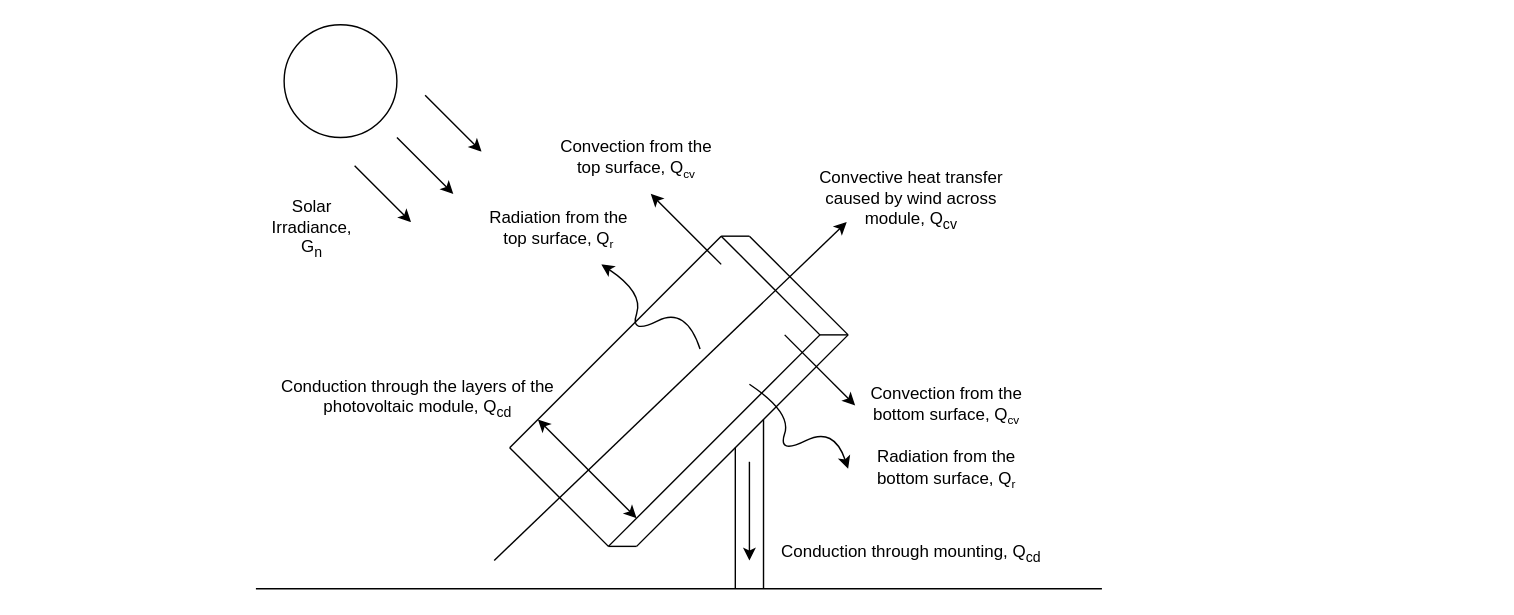
nathansivalingam/mechanical-engineering-thesis-a keeps this draw.io diagram as Thesis A/Diagrams.net Files/fundamental_concept_of_heat_transfer.drawio. Above is the earlier version. Source tidied: cells renumbered, new cells numbered last; positions are measured from the earlier drawing's top-left corner, leaving out a move shared by most shapes. Both pictures are drawn from the tidied source at 141%, with x=0, y=0 at pixel (255, 24).
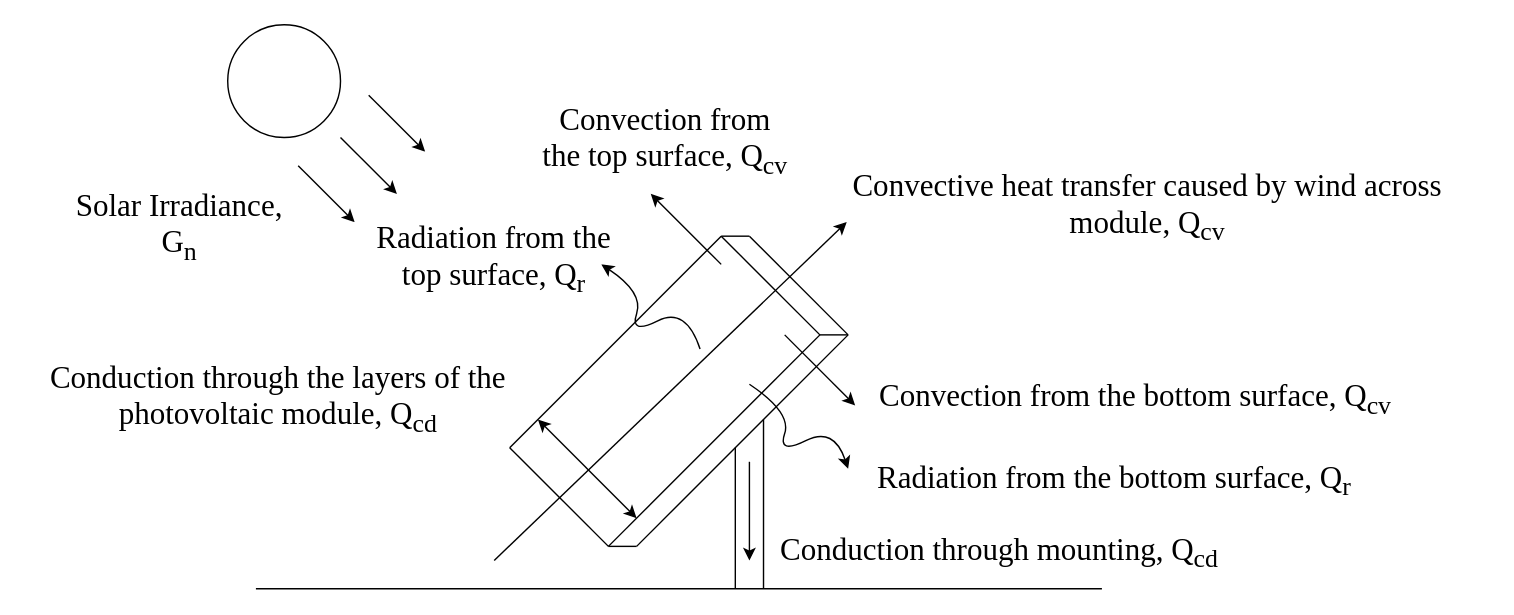
The same page after the edit.

The edit, as a diff of the source:
```diff
@@
     <mxCell id="3" style="ellipse;whiteSpace=wrap;html=1;" parent="1" vertex="1">
-      <mxGeometry x="20" width="80" height="80" as="geometry" />
+      <mxGeometry x="-20" width="80" height="80" as="geometry" />
     </mxCell>
-    <mxCell id="4" value="Solar Irradiance, G&lt;sub&gt;n&lt;/sub&gt;" style="text;html=1;align=center;verticalAlign=middle;whiteSpace=wrap;rounded=0;" parent="1" vertex="1">
-      <mxGeometry x="10" y="130" width="60" height="30" as="geometry" />
+    <mxCell id="4" value="&lt;font face=&quot;Times New Roman&quot; style=&quot;font-size: 22px;&quot;&gt;Solar Irradiance, G&lt;sub style=&quot;&quot;&gt;n&lt;/sub&gt;&lt;/font&gt;" style="text;html=1;align=center;verticalAlign=middle;whiteSpace=wrap;rounded=0;" parent="1" vertex="1">
+      <mxGeometry x="-138" y="129" width="168" height="30" as="geometry" />
     </mxCell>
@@
     <mxCell id="7" style="endArrow=classic;html=1;rounded=0;" parent="1" edge="1">
       <mxGeometry relative="1" as="geometry">
-        <mxPoint x="100" y="80" as="sourcePoint" />
-        <mxPoint x="140" y="120" as="targetPoint" />
+        <mxPoint x="60" y="80" as="sourcePoint" />
+        <mxPoint x="100" y="120" as="targetPoint" />
       </mxGeometry>
     </mxCell>
     <mxCell id="8" style="endArrow=classic;html=1;rounded=0;" parent="1" edge="1">
       <mxGeometry relative="1" as="geometry">
-        <mxPoint x="120" y="50" as="sourcePoint" />
-        <mxPoint x="160" y="90" as="targetPoint" />
+        <mxPoint x="80" y="50" as="sourcePoint" />
+        <mxPoint x="120" y="90" as="targetPoint" />
       </mxGeometry>
     </mxCell>
     <mxCell id="9" style="endArrow=classic;html=1;rounded=0;" parent="1" edge="1">
       <mxGeometry relative="1" as="geometry">
-        <mxPoint x="70" y="100" as="sourcePoint" />
-        <mxPoint x="110" y="140" as="targetPoint" />
+        <mxPoint x="30" y="100" as="sourcePoint" />
+        <mxPoint x="70" y="140" as="targetPoint" />
       </mxGeometry>
     </mxCell>
@@
-    <mxCell id="22" value="&lt;font style=&quot;color: rgb(0, 0, 0);&quot;&gt;Conduction through mounting, Q&lt;sub style=&quot;&quot;&gt;cd&lt;/sub&gt;&lt;/font&gt;" style="text;html=1;align=center;verticalAlign=middle;whiteSpace=wrap;rounded=0;" parent="1" vertex="1">
-      <mxGeometry x="360" y="360" width="210" height="30" as="geometry" />
+    <mxCell id="22" value="&lt;font face=&quot;Times New Roman&quot; style=&quot;color: rgb(0, 0, 0); font-size: 22px;&quot;&gt;Conduction through mounting, Q&lt;sub style=&quot;&quot;&gt;cd&lt;/sub&gt;&lt;/font&gt;" style="text;html=1;align=center;verticalAlign=middle;whiteSpace=wrap;rounded=0;" parent="1" vertex="1">
+      <mxGeometry x="353" y="360" width="349" height="30" as="geometry" />
     </mxCell>
-    <mxCell id="23" value="&lt;font style=&quot;color: rgb(0, 0, 0);&quot;&gt;Conduction through the layers of the photovoltaic module, Q&lt;sub style=&quot;&quot;&gt;cd&lt;/sub&gt;&lt;/font&gt;" style="text;html=1;align=center;verticalAlign=middle;whiteSpace=wrap;rounded=0;" parent="1" vertex="1">
-      <mxGeometry x="10" y="250" width="210" height="30" as="geometry" />
+    <mxCell id="23" value="&lt;font face=&quot;Times New Roman&quot; style=&quot;color: rgb(0, 0, 0); font-size: 22px;&quot;&gt;Conduction through the layers of the photovoltaic module, Q&lt;sub style=&quot;&quot;&gt;cd&lt;/sub&gt;&lt;/font&gt;" style="text;html=1;align=center;verticalAlign=middle;whiteSpace=wrap;rounded=0;" parent="1" vertex="1">
+      <mxGeometry x="-164" y="251" width="360" height="30" as="geometry" />
     </mxCell>
@@
-    <mxCell id="25" value="Convection from the bottom surface, Q&lt;span style=&quot;font-size: 10px;&quot;&gt;&lt;sub&gt;cv&lt;/sub&gt;&lt;/span&gt;" style="text;html=1;align=center;verticalAlign=middle;whiteSpace=wrap;rounded=0;" parent="1" vertex="1">
-      <mxGeometry x="425" y="255" width="130" height="30" as="geometry" />
+    <mxCell id="25" value="&lt;font face=&quot;Times New Roman&quot; style=&quot;font-size: 22px;&quot;&gt;Convection from the bottom surface, Q&lt;sub style=&quot;&quot;&gt;cv&lt;/sub&gt;&lt;/font&gt;" style="text;html=1;align=center;verticalAlign=middle;whiteSpace=wrap;rounded=0;" parent="1" vertex="1">
+      <mxGeometry x="434" y="251" width="380" height="30" as="geometry" />
     </mxCell>
-    <mxCell id="26" value="Convection from the top surface, Q&lt;span style=&quot;font-size: 10px;&quot;&gt;&lt;sub&gt;cv&lt;/sub&gt;&lt;/span&gt;" style="text;html=1;align=center;verticalAlign=middle;whiteSpace=wrap;rounded=0;" parent="1" vertex="1">
-      <mxGeometry x="210" y="80" width="120" height="30" as="geometry" />
+    <mxCell id="26" value="&lt;font face=&quot;Times New Roman&quot; style=&quot;font-size: 22px;&quot;&gt;Convection from the top surface, Q&lt;sub style=&quot;&quot;&gt;cv&lt;/sub&gt;&lt;/font&gt;" style="text;html=1;align=center;verticalAlign=middle;whiteSpace=wrap;rounded=0;" parent="1" vertex="1">
+      <mxGeometry x="201" y="68" width="179" height="30" as="geometry" />
     </mxCell>
@@
-    <mxCell id="28" value="Convective heat transfer caused by wind across module, Q&lt;sub&gt;cv&lt;/sub&gt;" style="text;html=1;align=center;verticalAlign=middle;whiteSpace=wrap;rounded=0;" parent="1" vertex="1">
-      <mxGeometry x="390" y="110" width="150" height="30" as="geometry" />
+    <mxCell id="28" value="&lt;font face=&quot;Times New Roman&quot; style=&quot;font-size: 22px;&quot;&gt;Convective heat transfer caused by wind across module, Q&lt;sub style=&quot;&quot;&gt;cv&lt;/sub&gt;&lt;/font&gt;" style="text;html=1;align=center;verticalAlign=middle;whiteSpace=wrap;rounded=0;" parent="1" vertex="1">
+      <mxGeometry x="389" y="115" width="487" height="30" as="geometry" />
     </mxCell>
@@
-    <mxCell id="31" value="Radiation from the bottom surface, Q&lt;span style=&quot;font-size: 10px;&quot;&gt;&lt;sub&gt;r&lt;/sub&gt;&lt;/span&gt;" style="text;html=1;align=center;verticalAlign=middle;whiteSpace=wrap;rounded=0;" parent="1" vertex="1">
-      <mxGeometry x="425" y="300" width="130" height="30" as="geometry" />
+    <mxCell id="31" value="&lt;font face=&quot;Times New Roman&quot; style=&quot;font-size: 22px;&quot;&gt;Radiation from the bottom surface, Q&lt;sub style=&quot;&quot;&gt;r&lt;/sub&gt;&lt;/font&gt;" style="text;html=1;align=center;verticalAlign=middle;whiteSpace=wrap;rounded=0;" parent="1" vertex="1">
+      <mxGeometry x="432" y="309" width="354" height="30" as="geometry" />
     </mxCell>
-    <mxCell id="32" value="Radiation from the top surface, Q&lt;span style=&quot;font-size: 10px;&quot;&gt;&lt;sub&gt;r&lt;/sub&gt;&lt;/span&gt;" style="text;html=1;align=center;verticalAlign=middle;whiteSpace=wrap;rounded=0;" parent="1" vertex="1">
-      <mxGeometry x="160" y="130" width="110" height="30" as="geometry" />
+    <mxCell id="32" value="&lt;font face=&quot;Times New Roman&quot; style=&quot;font-size: 22px;&quot;&gt;Radiation from the top surface, Q&lt;sub style=&quot;&quot;&gt;r&lt;/sub&gt;&lt;/font&gt;" style="text;html=1;align=center;verticalAlign=middle;whiteSpace=wrap;rounded=0;" parent="1" vertex="1">
+      <mxGeometry x="82" y="152" width="174" height="30" as="geometry" />
     </mxCell>
```
